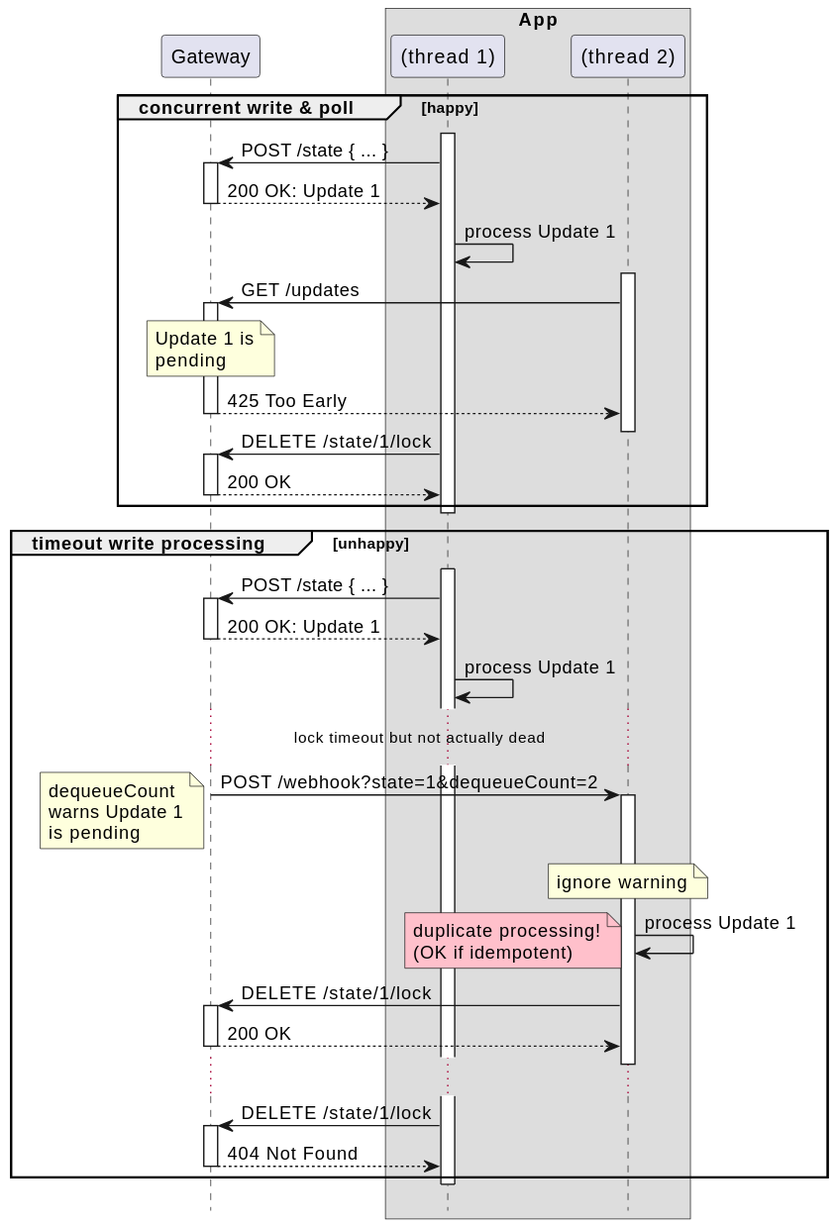
The PlantUML diagram architecture/api/http/img/6-with-concurrent.seq.svg in m-ld/m-ld-gateway, before a commit.
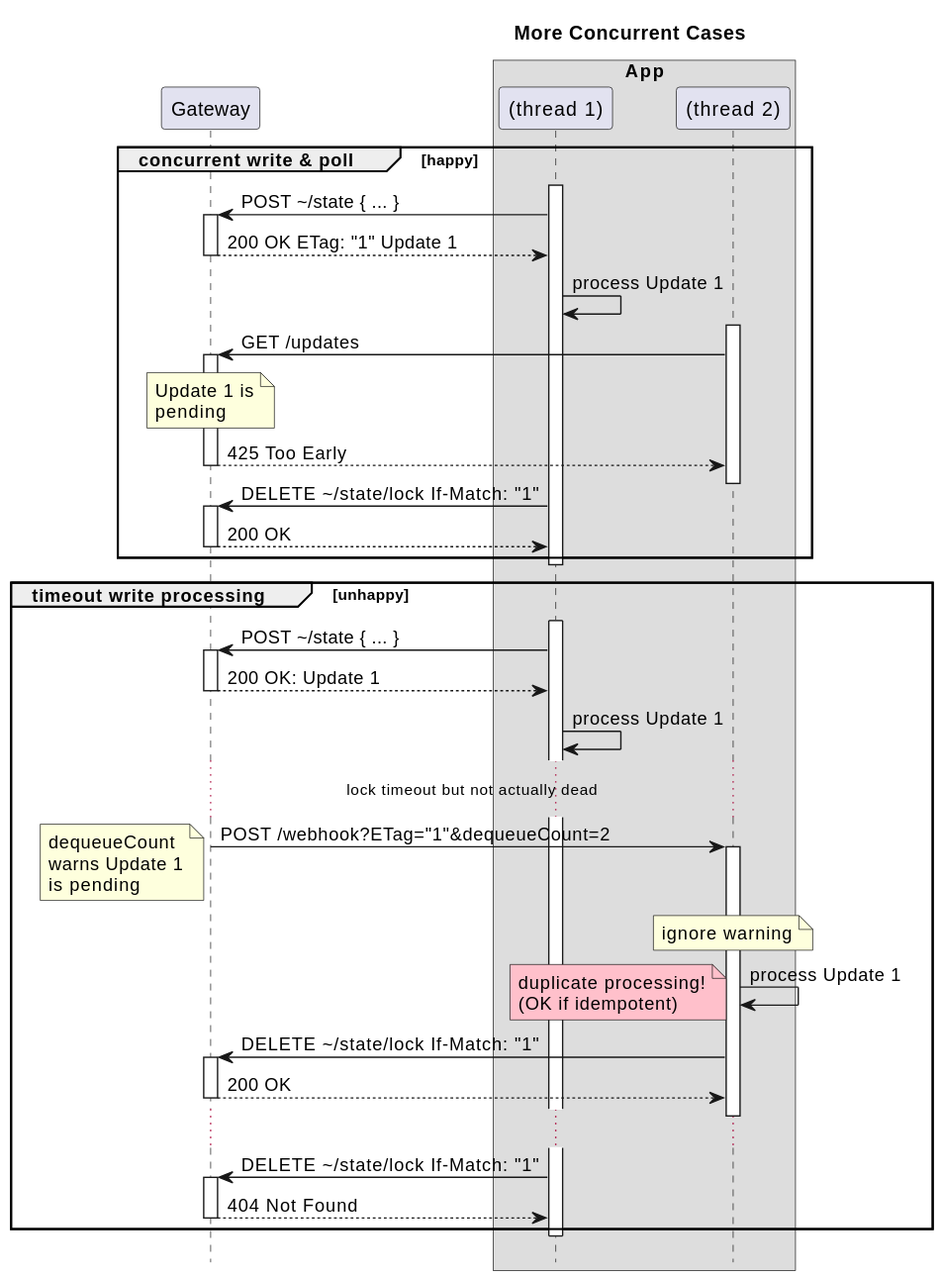
The same file after the commit.

What changed in the source:
```diff
@@ -1,6 +1,8 @@
 @startuml
 !pragma teoz true
 hide footbox
+
+title More Concurrent Cases
 
 participant Gateway as gw
 box App
@@ -10,8 +12,8 @@
 
 group concurrent write & poll [happy]
 activate app
-app -> gw ++: POST /state { ... }
-return 200 OK: Update 1
+app -> gw ++: POST \~/state { ... }
+return 200 OK ETag: "1" Update 1
 app -> app: process Update 1
 activate app2
 app2 -> gw ++: GET /updates
@@ -21,18 +23,18 @@
 end note
 return 425 Too Early
 deactivate app2
-app -> gw ++: DELETE /state/1/lock
+app -> gw ++: DELETE \~/state/lock If-Match: "1"
 return 200 OK
 deactivate app
 end group
 
 group timeout write processing [unhappy]
 activate app
-app -> gw ++: POST /state { ... }
+app -> gw ++: POST \~/state { ... }
 return 200 OK: Update 1
 app -> app: process Update 1
 ...lock timeout but not actually dead...
-gw -> app2 ++: POST /webhook?state=1&dequeueCount=2
+gw -> app2 ++: POST /webhook?ETag="1"&dequeueCount=2
 note left
 dequeueCount
 warns Update 1
@@ -44,11 +46,11 @@
 duplicate processing!
 (OK if idempotent)
 end note
-app2 -> gw ++: DELETE /state/1/lock
+app2 -> gw ++: DELETE \~/state/lock If-Match: "1"
 return 200 OK
 deactivate app2
 ...
-app -> gw ++: DELETE /state/1/lock
+app -> gw ++: DELETE \~/state/lock If-Match: "1"
 return 404 Not Found
 deactivate app
 end group
```
